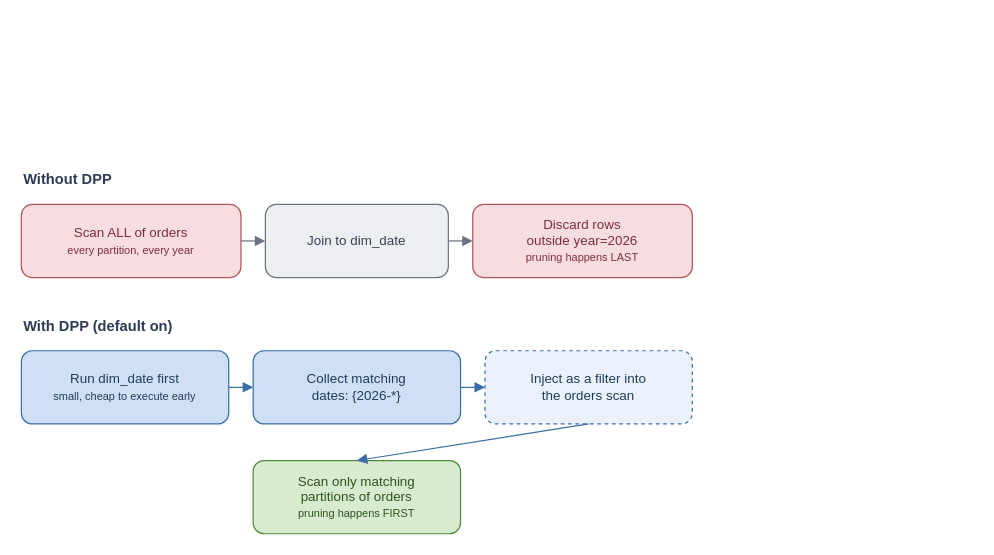
AlanPhan04/spark-101-to-pro keeps this draw.io diagram as book/figures/dpp-flow.drawio. Above is the earlier version. Source tidied: cells renumbered, new cells numbered last; positions are measured from the earlier drawing's top-left corner, leaving out a move shared by most shapes. Both pictures are drawn from the tidied source at 122%, with x=0, y=0 at pixel (21, 162).
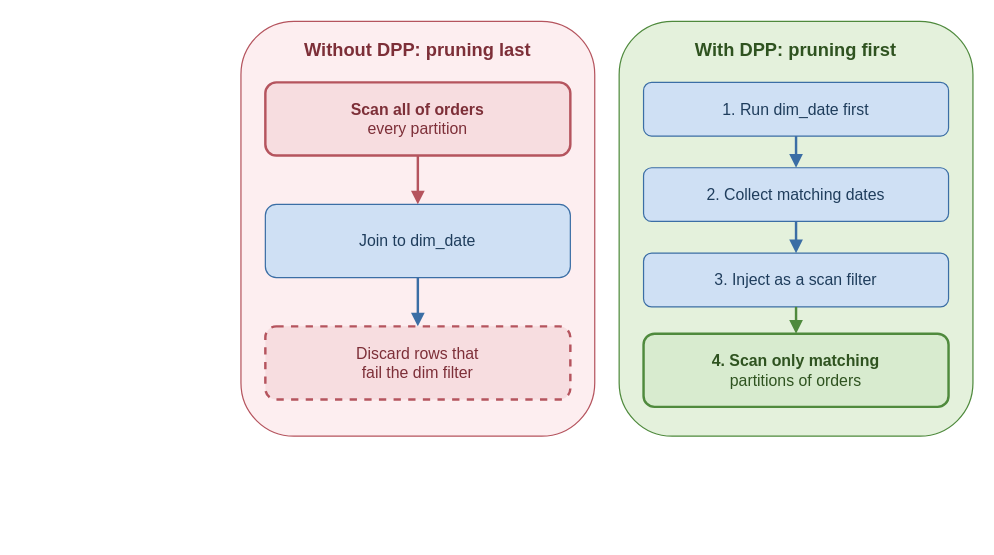
After the change.

Commit message (it also covers changes not shown here):
docs: rewrite Ch.7 (pruning, DPP, bucketing, repartition vs coalesce); fix Ch.2 table caption

Change to the diagram source:
```diff
@@
 <mxGraphModel>
   <root>
     <mxCell id="0" />
     <mxCell id="1" parent="0" />
-    <mxCell id="2" value="&lt;b&gt;Without DPP&lt;/b&gt;" style="text;html=1;align=left;fontSize=12;fontColor=#2f3b52;" parent="1" vertex="1">
-      <mxGeometry width="200" height="24" as="geometry" />
-    </mxCell>
-    <mxCell id="3" value="Scan ALL of orders&lt;br&gt;&lt;span style=&quot;font-size:9px&quot;&gt;every partition, every year&lt;/span&gt;" style="rounded=1;whiteSpace=wrap;html=1;fillColor=#f7dde0;strokeColor=#b5545e;fontSize=11;fontColor=#7d2f38;" parent="1" vertex="1">
-      <mxGeometry y="34" width="180" height="60" as="geometry" />
-    </mxCell>
+    <mxCell id="16" value="&lt;b&gt;Without DPP: pruning last&lt;/b&gt;" style="rounded=1;whiteSpace=wrap;html=1;verticalAlign=top;spacingTop=8;fillColor=#fdeef0;strokeColor=#b5545e;fontColor=#7d2f38;fontSize=15;" parent="1" vertex="1">
+      <mxGeometry x="180" y="-116" width="290" height="340" as="geometry" />
+    </mxCell>
+    <mxCell id="17" value="&lt;b&gt;With DPP: pruning first&lt;/b&gt;" style="rounded=1;whiteSpace=wrap;html=1;verticalAlign=top;spacingTop=8;fillColor=#e4f1dc;strokeColor=#4f8a3d;fontColor=#2f5320;fontSize=15;" parent="1" vertex="1">
+      <mxGeometry x="490" y="-116" width="290" height="340" as="geometry" />
+    </mxCell>
+    <mxCell id="18" value="&lt;b&gt;Scan all of orders&lt;/b&gt;&lt;br&gt;every partition" style="rounded=1;whiteSpace=wrap;html=1;fillColor=#f7dde0;strokeColor=#b5545e;fontColor=#7d2f38;strokeWidth=2;fontSize=13;" parent="1" vertex="1">
+      <mxGeometry x="200" y="-66" width="250" height="60" as="geometry" />
+    </mxCell>
-    <mxCell id="4" value="Join to dim_date" style="rounded=1;whiteSpace=wrap;html=1;fillColor=#eceef1;strokeColor=#6b7280;fontSize=11;fontColor=#374151;" parent="1" vertex="1">
-      <mxGeometry x="200" y="34" width="150" height="60" as="geometry" />
+    <mxCell id="4" value="Join to dim_date" style="rounded=1;whiteSpace=wrap;html=1;fillColor=#cfe0f4;strokeColor=#3b6ea5;fontColor=#1f3d5c;fontSize=13;" parent="1" vertex="1">
+      <mxGeometry x="200" y="34" width="250" height="60" as="geometry" />
     </mxCell>
-    <mxCell id="5" value="Discard rows&lt;br&gt;outside year=2026&lt;br&gt;&lt;span style=&quot;font-size:9px&quot;&gt;pruning happens LAST&lt;/span&gt;" style="rounded=1;whiteSpace=wrap;html=1;fillColor=#f7dde0;strokeColor=#b5545e;fontSize=11;fontColor=#7d2f38;" parent="1" vertex="1">
-      <mxGeometry x="370" y="34" width="180" height="60" as="geometry" />
-    </mxCell>
-    <mxCell id="6" style="edges=1;html=1;endArrow=block;strokeColor=#6b7280;" parent="1" edge="1" source="3" target="4">
-      <mxGeometry relative="1" as="geometry" />
-    </mxCell>
-    <mxCell id="7" style="edges=1;html=1;endArrow=block;strokeColor=#6b7280;" parent="1" edge="1" source="4" target="5">
-      <mxGeometry relative="1" as="geometry" />
-    </mxCell>
-    <mxCell id="8" value="&lt;b&gt;With DPP (default on)&lt;/b&gt;" style="text;html=1;align=left;fontSize=12;fontColor=#2f3b52;" parent="1" vertex="1">
-      <mxGeometry y="120" width="250" height="24" as="geometry" />
-    </mxCell>
-    <mxCell id="9" value="Run dim_date first&lt;br&gt;&lt;span style=&quot;font-size:9px&quot;&gt;small, cheap to execute early&lt;/span&gt;" style="rounded=1;whiteSpace=wrap;html=1;fillColor=#cfe0f4;strokeColor=#3b6ea5;fontSize=11;fontColor=#1f3d5c;" parent="1" vertex="1">
-      <mxGeometry y="154" width="170" height="60" as="geometry" />
-    </mxCell>
-    <mxCell id="10" value="Collect matching&lt;br&gt;dates: {2026-*}" style="rounded=1;whiteSpace=wrap;html=1;fillColor=#cfe0f4;strokeColor=#3b6ea5;fontSize=11;fontColor=#1f3d5c;" parent="1" vertex="1">
-      <mxGeometry x="190" y="154" width="170" height="60" as="geometry" />
-    </mxCell>
-    <mxCell id="11" value="Inject as a filter into&lt;br&gt;the orders scan" style="rounded=1;whiteSpace=wrap;html=1;fillColor=#eaf1fb;strokeColor=#3b6ea5;dashed=1;fontSize=11;fontColor=#1f3d5c;" parent="1" vertex="1">
-      <mxGeometry x="380" y="154" width="170" height="60" as="geometry" />
-    </mxCell>
-    <mxCell id="12" value="Scan only matching&lt;br&gt;partitions of orders&lt;br&gt;&lt;span style=&quot;font-size:9px&quot;&gt;pruning happens FIRST&lt;/span&gt;" style="rounded=1;whiteSpace=wrap;html=1;fillColor=#d8ebcf;strokeColor=#4f8a3d;fontSize=11;fontColor=#2f5320;" parent="1" vertex="1">
-      <mxGeometry x="190" y="244" width="170" height="60" as="geometry" />
-    </mxCell>
-    <mxCell id="13" style="edges=1;html=1;endArrow=block;strokeColor=#3b6ea5;" parent="1" edge="1" source="9" target="10">
-      <mxGeometry relative="1" as="geometry" />
-    </mxCell>
-    <mxCell id="14" style="edges=1;html=1;endArrow=block;strokeColor=#3b6ea5;" parent="1" edge="1" source="10" target="11">
-      <mxGeometry relative="1" as="geometry" />
-    </mxCell>
-    <mxCell id="15" style="edges=1;html=1;endArrow=block;strokeColor=#3b6ea5;exitX=0.5;exitY=1;entryX=0.5;entryY=0;" parent="1" edge="1" source="11" target="12">
-      <mxGeometry relative="1" as="geometry" />
-    </mxCell>
+    <mxCell id="19" value="Discard rows that&lt;br&gt;fail the dim filter" style="rounded=1;whiteSpace=wrap;html=1;fillColor=#f7dde0;strokeColor=#b5545e;fontColor=#7d2f38;strokeWidth=2;dashed=1;fontSize=13;" parent="1" vertex="1">
+      <mxGeometry x="200" y="134" width="250" height="60" as="geometry" />
+    </mxCell>
+    <mxCell id="20" style="endArrow=block;html=1;strokeColor=#b5545e;strokeWidth=2;" parent="1" edge="1" source="18" target="4">
+      <mxGeometry relative="1" as="geometry" />
+    </mxCell>
+    <mxCell id="21" style="endArrow=block;html=1;strokeColor=#3b6ea5;strokeWidth=2;" parent="1" edge="1" source="4" target="19">
+      <mxGeometry relative="1" as="geometry" />
+    </mxCell>
+    <mxCell id="22" value="1. Run dim_date first" style="rounded=1;whiteSpace=wrap;html=1;fillColor=#cfe0f4;strokeColor=#3b6ea5;fontColor=#1f3d5c;fontSize=13;" parent="1" vertex="1">
+      <mxGeometry x="510" y="-66" width="250" height="44" as="geometry" />
+    </mxCell>
+    <mxCell id="23" value="2. Collect matching dates" style="rounded=1;whiteSpace=wrap;html=1;fillColor=#cfe0f4;strokeColor=#3b6ea5;fontColor=#1f3d5c;fontSize=13;" parent="1" vertex="1">
+      <mxGeometry x="510" y="4" width="250" height="44" as="geometry" />
+    </mxCell>
+    <mxCell id="24" value="3. Inject as a scan filter" style="rounded=1;whiteSpace=wrap;html=1;fillColor=#cfe0f4;strokeColor=#3b6ea5;fontColor=#1f3d5c;fontSize=13;" parent="1" vertex="1">
+      <mxGeometry x="510" y="74" width="250" height="44" as="geometry" />
+    </mxCell>
+    <mxCell id="25" value="&lt;b&gt;4. Scan only matching&lt;/b&gt;&lt;br&gt;partitions of orders" style="rounded=1;whiteSpace=wrap;html=1;fillColor=#d8ebcf;strokeColor=#4f8a3d;fontColor=#2f5320;strokeWidth=2;fontSize=13;" parent="1" vertex="1">
+      <mxGeometry x="510" y="140" width="250" height="60" as="geometry" />
+    </mxCell>
+    <mxCell id="26" style="endArrow=block;html=1;strokeColor=#3b6ea5;strokeWidth=2;" parent="1" edge="1" source="22" target="23">
+      <mxGeometry relative="1" as="geometry" />
+    </mxCell>
+    <mxCell id="27" style="endArrow=block;html=1;strokeColor=#3b6ea5;strokeWidth=2;" parent="1" edge="1" source="23" target="24">
+      <mxGeometry relative="1" as="geometry" />
+    </mxCell>
+    <mxCell id="28" style="endArrow=block;html=1;strokeColor=#4f8a3d;strokeWidth=2;" parent="1" edge="1" source="24" target="25">
+      <mxGeometry relative="1" as="geometry" />
+    </mxCell>
   </root>
 </mxGraphModel>
```
